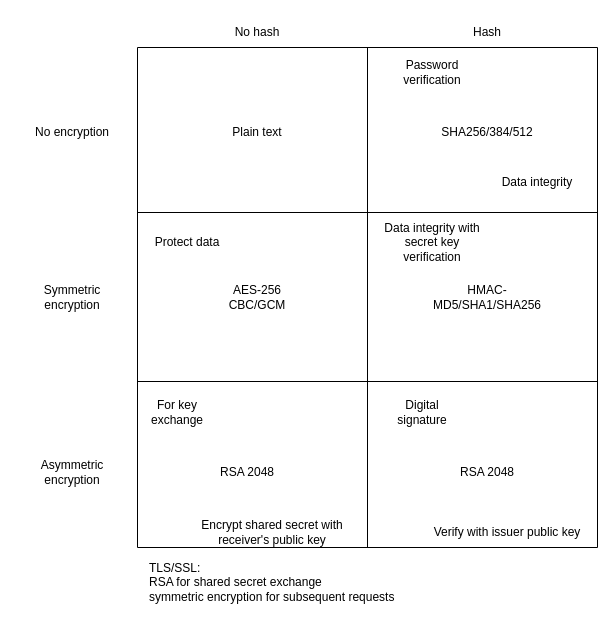
Earlier version of the draw.io diagram Security.drawio (dannyswat/adi). Source tidied: cells renumbered, new cells numbered last; positions are measured from the earlier drawing's top-left corner, leaving out a move shared by most shapes. Both pictures are drawn from the tidied source at 100%, with x=0, y=0 at pixel (17, 17).
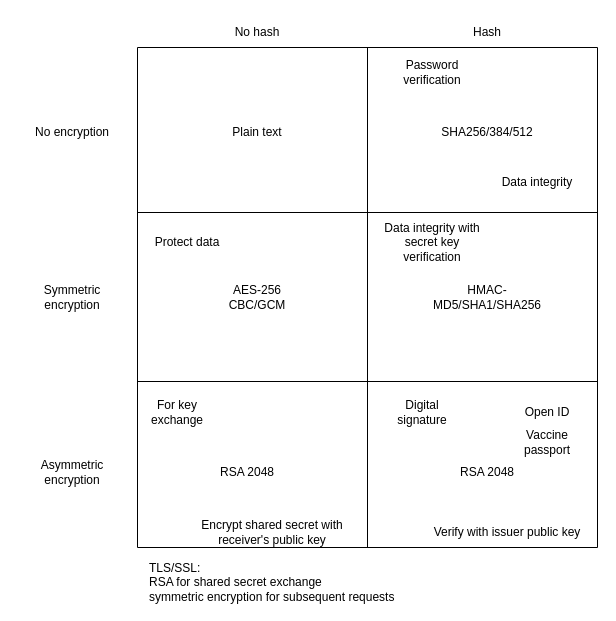
After the change.

Unchanged cells that the change refers to:
```xml
<mxCell id="2" style="swimlane;startSize=0;" parent="1" vertex="1">
  <mxGeometry x="120" y="30" width="460" height="500" as="geometry" />
</mxCell>
```

Diff of the diagram source:
```diff
@@
+    <mxCell id="26" value="Open ID" style="text;html=1;strokeColor=none;fillColor=none;align=center;verticalAlign=middle;whiteSpace=wrap;rounded=0;" parent="2" vertex="1">
+      <mxGeometry x="380" y="350" width="60" height="30" as="geometry" />
+    </mxCell>
+    <mxCell id="27" value="Vaccine passport" style="text;html=1;strokeColor=none;fillColor=none;align=center;verticalAlign=middle;whiteSpace=wrap;rounded=0;" parent="2" vertex="1">
+      <mxGeometry x="380" y="380" width="60" height="30" as="geometry" />
+    </mxCell>
```
